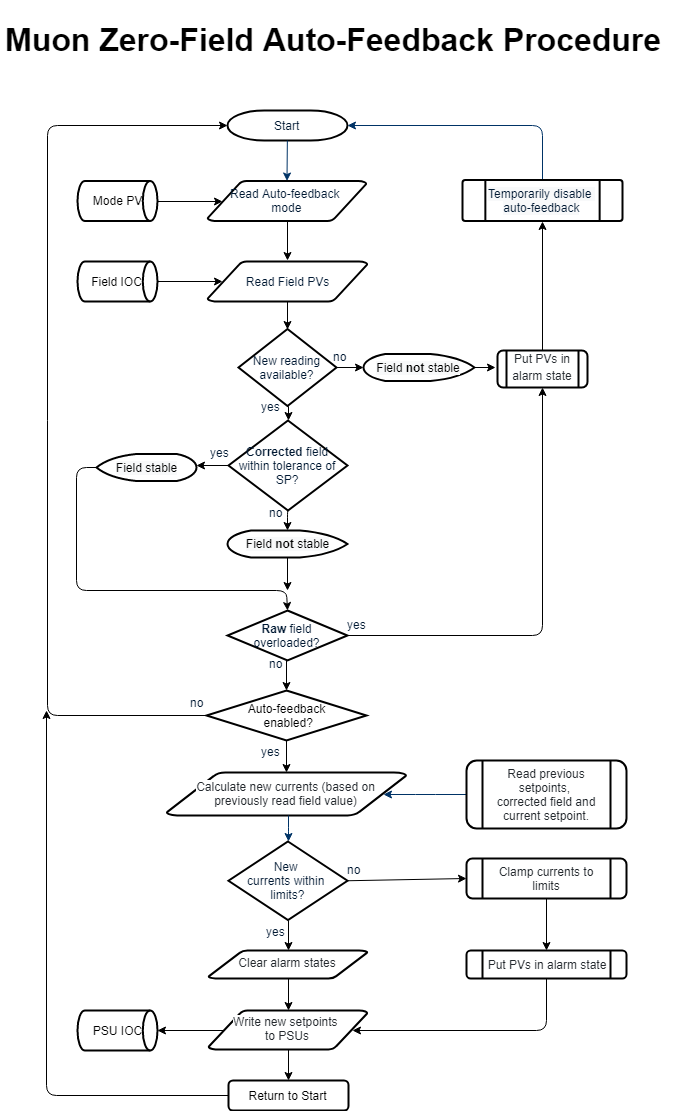
This is images/Muon_Zero-Field_Auto-Feedback_Procedure_Flowchart.png from ISISComputingGroup/ibex_developers_manual, a draw.io export, as it was before one commit. Source tidied: cells renumbered, new cells last; positions are measured from the earlier drawing's top-left corner, leaving out a move shared by most shapes.
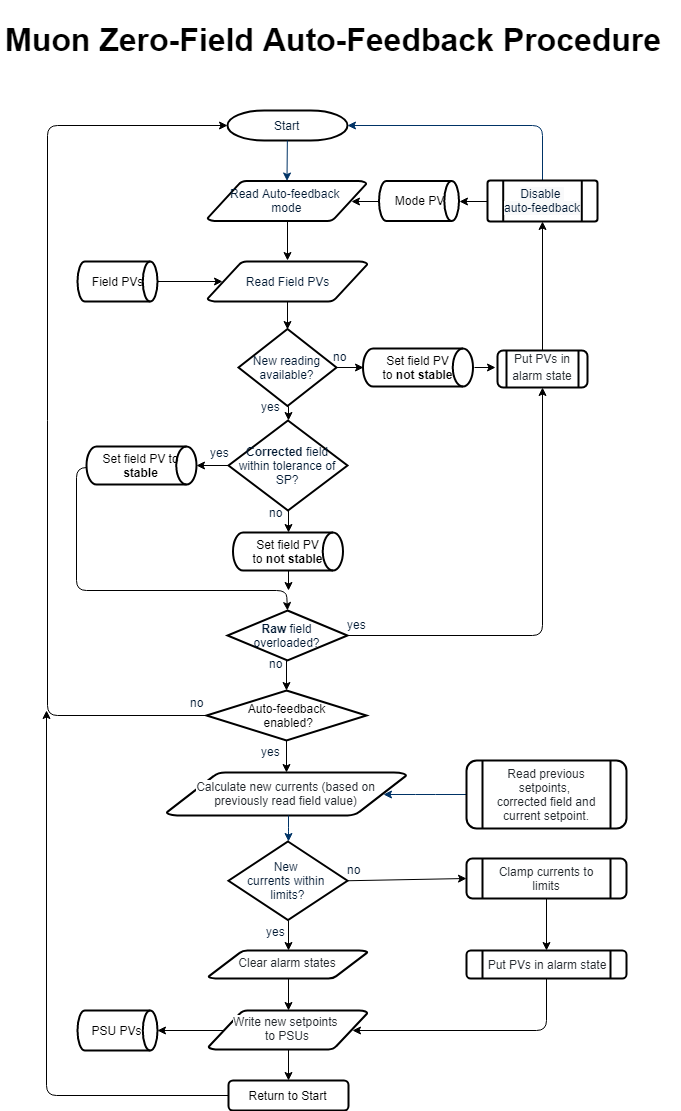
After the commit.

Diff of the diagram source:
```diff
@@ -66,8 +66,11 @@
     <mxCell id="21" value="&lt;span style=&quot;background-color: rgb(255 , 255 , 255) ; color: rgb(36 , 41 , 46) ; display: inline ; float: none ; font-family: &amp;#34;helvetica&amp;#34; ; font-size: 12px ; font-style: normal ; font-variant: normal ; font-weight: 400 ; letter-spacing: normal ; text-align: center ; text-decoration: none ; text-indent: 0px ; text-transform: none ; white-space: normal ; word-spacing: 0px&quot;&gt;&lt;font style=&quot;font-size: 12px&quot;&gt;Write new setpoints&amp;nbsp;&lt;br&gt;to PSUs&lt;b&gt;&lt;i&gt;&lt;u&gt;&lt;sub&gt;&lt;sup&gt;&lt;strike&gt;&lt;br&gt;&lt;/strike&gt;&lt;/sup&gt;&lt;/sub&gt;&lt;/u&gt;&lt;/i&gt;&lt;/b&gt;&lt;/font&gt;&lt;/span&gt;" style="shape=mxgraph.flowchart.data;fillColor=#FFFFFF;strokeColor=#000000;strokeWidth=2;gradientColor=none;gradientDirection=north;fontColor=#001933;fontStyle=0;html=1;whiteSpace=wrap;" parent="1" vertex="1">
       <mxGeometry x="208" y="1000" width="159" height="39" as="geometry" />
     </mxCell>
+    <mxCell id="64" style="edgeStyle=orthogonalEdgeStyle;rounded=0;jettySize=auto;html=1;exitX=0;exitY=0.5;exitDx=0;exitDy=0;exitPerimeter=0;entryX=1;entryY=0.5;entryDx=0;entryDy=0;entryPerimeter=0;" parent="1" edge="1" source="22" target="51">
+      <mxGeometry relative="1" as="geometry" />
+    </mxCell>
-    <mxCell id="22" value="&lt;span style=&quot;text-align: center ; color: rgb(36 , 41 , 46) ; text-transform: none ; text-indent: 0px ; letter-spacing: normal ; font-family: &amp;#34;helvetica&amp;#34; ; font-size: 12px ; font-variant: normal ; word-spacing: 0px ; display: inline ; white-space: normal ; float: none ; background-color: rgb(255 , 255 , 255)&quot;&gt;&lt;span style=&quot;display: inline ; float: none ; background-color: rgb(248 , 249 , 250) ; color: rgb(0 , 25 , 51) ; font-family: &amp;#34;helvetica&amp;#34; ; font-size: 12px ; font-style: normal ; font-variant: normal ; font-weight: normal ; letter-spacing: normal ; line-height: 1.2 ; overflow-wrap: normal ; text-align: center ; text-decoration: none ; text-indent: 0px ; text-transform: none ; white-space: nowrap ; word-spacing: 0px&quot;&gt;Temporarily disable&amp;nbsp;&lt;/span&gt;&lt;br style=&quot;color: rgb(0 , 25 , 51) ; font-family: &amp;#34;helvetica&amp;#34; ; font-size: 12px ; font-style: normal ; font-variant: normal ; font-weight: 400 ; letter-spacing: normal ; text-align: center ; text-decoration: none ; text-indent: 0px ; text-transform: none ; white-space: nowrap ; word-spacing: 0px&quot;&gt;&lt;span style=&quot;display: inline ; float: none ; background-color: rgb(248 , 249 , 250) ; color: rgb(0 , 25 , 51) ; font-family: &amp;#34;helvetica&amp;#34; ; font-size: 12px ; font-style: normal ; font-variant: normal ; font-weight: normal ; letter-spacing: normal ; line-height: 1.2 ; overflow-wrap: normal ; text-align: center ; text-decoration: none ; text-indent: 0px ; text-transform: none ; white-space: nowrap ; word-spacing: 0px&quot;&gt;auto-feedback&lt;br&gt;&lt;/span&gt;&lt;/span&gt;" style="shape=mxgraph.flowchart.predefined_process;fillColor=#FFFFFF;strokeColor=#000000;strokeWidth=2;gradientColor=none;gradientDirection=north;fontColor=#001933;fontStyle=0;html=1;" parent="1" vertex="1">
-      <mxGeometry x="462" y="169.5" width="160" height="41" as="geometry" />
+    <mxCell id="22" value="&lt;span style=&quot;text-align: center ; color: rgb(36 , 41 , 46) ; text-transform: none ; text-indent: 0px ; letter-spacing: normal ; font-family: &amp;#34;helvetica&amp;#34; ; font-size: 12px ; font-variant: normal ; word-spacing: 0px ; display: inline ; white-space: normal ; float: none ; background-color: rgb(255 , 255 , 255)&quot;&gt;&lt;span style=&quot;display: inline ; float: none ; background-color: rgb(248 , 249 , 250) ; color: rgb(0 , 25 , 51) ; font-family: &amp;#34;helvetica&amp;#34; ; font-size: 12px ; font-style: normal ; font-variant: normal ; font-weight: normal ; letter-spacing: normal ; line-height: 1.2 ; overflow-wrap: normal ; text-align: center ; text-decoration: none ; text-indent: 0px ; text-transform: none ; white-space: nowrap ; word-spacing: 0px&quot;&gt;Disable&amp;nbsp;&lt;/span&gt;&lt;br style=&quot;color: rgb(0 , 25 , 51) ; font-family: &amp;#34;helvetica&amp;#34; ; font-size: 12px ; font-style: normal ; font-variant: normal ; font-weight: 400 ; letter-spacing: normal ; text-align: center ; text-decoration: none ; text-indent: 0px ; text-transform: none ; white-space: nowrap ; word-spacing: 0px&quot;&gt;&lt;span style=&quot;display: inline ; float: none ; background-color: rgb(248 , 249 , 250) ; color: rgb(0 , 25 , 51) ; font-family: &amp;#34;helvetica&amp;#34; ; font-size: 12px ; font-style: normal ; font-variant: normal ; font-weight: normal ; letter-spacing: normal ; line-height: 1.2 ; overflow-wrap: normal ; text-align: center ; text-decoration: none ; text-indent: 0px ; text-transform: none ; white-space: nowrap ; word-spacing: 0px&quot;&gt;auto-feedback&lt;br&gt;&lt;/span&gt;&lt;/span&gt;" style="shape=mxgraph.flowchart.predefined_process;fillColor=#FFFFFF;strokeColor=#000000;strokeWidth=2;gradientColor=none;gradientDirection=north;fontColor=#001933;fontStyle=0;html=1;" parent="1" vertex="1">
+      <mxGeometry x="487" y="170" width="110" height="41" as="geometry" />
     </mxCell>
     <mxCell id="23" value="no" style="text;fontColor=#001933;fontStyle=0;html=1;strokeColor=none;gradientColor=none;fillColor=none;strokeWidth=2;" parent="1" vertex="1">
       <mxGeometry x="267" y="640" width="19" height="26" as="geometry" />
@@ -125,10 +128,8 @@
         <mxPoint x="196" y="455" as="targetPoint" />
       </mxGeometry>
     </mxCell>
-    <mxCell id="38" style="edgeStyle=orthogonalEdgeStyle;rounded=1;jettySize=auto;html=1;exitX=0.5;exitY=1;exitDx=0;exitDy=0;exitPerimeter=0;" parent="1" edge="1" source="39">
-      <mxGeometry relative="1" as="geometry">
-        <mxPoint x="287" y="520" as="targetPoint" />
-      </mxGeometry>
+    <mxCell id="38" style="edgeStyle=orthogonalEdgeStyle;rounded=1;jettySize=auto;html=1;exitX=0.5;exitY=1;exitDx=0;exitDy=0;exitPerimeter=0;entryX=0.5;entryY=0;entryDx=0;entryDy=0;entryPerimeter=0;" parent="1" edge="1" source="39" target="67">
+      <mxGeometry relative="1" as="geometry" />
     </mxCell>
     <mxCell id="39" value="&lt;b&gt;Corrected&lt;/b&gt; field within tolerance of SP?" style="shape=mxgraph.flowchart.decision;fillColor=#FFFFFF;strokeColor=#000000;strokeWidth=2;gradientColor=none;gradientDirection=north;fontColor=#001933;fontStyle=0;html=1;whiteSpace=wrap;" parent="1" vertex="1">
       <mxGeometry x="228" y="410" width="119" height="90" as="geometry" />
@@ -145,8 +146,9 @@
     <mxCell id="43" value="&lt;span style=&quot;text-align: center; color: rgb(36, 41, 46); text-transform: none; text-indent: 0px; letter-spacing: normal; font-style: normal; font-variant: normal; font-weight: 400; text-decoration: none; word-spacing: 0px; display: inline; white-space: normal; float: none; background-color: rgb(255, 255, 255);&quot;&gt;&lt;font style=&quot;font-size: 12px&quot;&gt;&lt;span style=&quot;text-align: center; color: rgb(36, 41, 46); text-transform: none; text-indent: 0px; letter-spacing: normal; font-style: normal; font-variant: normal; font-weight: 400; text-decoration: none; word-spacing: 0px; display: inline; white-space: normal; float: none; background-color: rgb(255, 255, 255);&quot;&gt;Clear alarm states&lt;/span&gt;&lt;b&gt;&lt;i&gt;&lt;u&gt;&lt;sub&gt;&lt;sup&gt;&lt;strike&gt;&lt;br&gt;&lt;/strike&gt;&lt;/sup&gt;&lt;/sub&gt;&lt;/u&gt;&lt;/i&gt;&lt;/b&gt;&lt;/font&gt;&lt;/span&gt;" style="shape=mxgraph.flowchart.data;fillColor=#FFFFFF;strokeColor=#000000;strokeWidth=2;gradientColor=none;gradientDirection=north;fontColor=#001933;fontStyle=0;html=1;whiteSpace=wrap;fontFamily=Helvetica;" parent="1" vertex="1">
       <mxGeometry x="208" y="940" width="159" height="28" as="geometry" />
     </mxCell>
-    <mxCell id="44" style="edgeStyle=orthogonalEdgeStyle;rounded=1;jettySize=auto;html=1;exitX=0;exitY=0.5;exitDx=0;exitDy=0;exitPerimeter=0;entryX=0.5;entryY=0;entryDx=0;entryDy=0;entryPerimeter=0;" parent="1" edge="1" source="45" target="7">
+    <mxCell id="44" style="edgeStyle=orthogonalEdgeStyle;rounded=1;jettySize=auto;html=1;exitX=0;exitY=0.5;exitDx=0;exitDy=0;exitPerimeter=0;entryX=0.5;entryY=0;entryDx=0;entryDy=0;entryPerimeter=0;" parent="1" edge="1" target="7">
       <mxGeometry relative="1" as="geometry">
+        <mxPoint x="96" y="457" as="sourcePoint" />
         <Array as="points">
           <mxPoint x="76" y="457" />
           <mxPoint x="76" y="580" />
@@ -154,9 +156,6 @@
         </Array>
       </mxGeometry>
     </mxCell>
-    <mxCell id="45" value="&lt;span style=&quot;display: inline ; float: none ; background-color: rgb(248 , 249 , 250) ; color: rgb(0 , 0 , 0) ; font-family: &amp;#34;helvetica&amp;#34; ; font-size: 12px ; font-style: normal ; font-variant: normal ; font-weight: normal ; letter-spacing: normal ; line-height: 1.2 ; overflow-wrap: normal ; text-align: center ; text-decoration: none ; text-indent: 0px ; text-transform: none ; white-space: normal ; word-spacing: 0px&quot;&gt;Field stable&lt;/span&gt;" style="strokeWidth=2;html=1;shape=mxgraph.flowchart.display;whiteSpace=wrap;rounded=1;fontFamily=Helvetica;" parent="1" vertex="1">
-      <mxGeometry x="96" y="443.5" width="100" height="27" as="geometry" />
-    </mxCell>
     <mxCell id="46" style="edgeStyle=orthogonalEdgeStyle;rounded=1;jettySize=auto;html=1;exitX=0.5;exitY=1;exitDx=0;exitDy=0;fontFamily=Helvetica;entryX=0.905;entryY=0.5;entryDx=0;entryDy=0;entryPerimeter=0;" parent="1" edge="1" source="47" target="21">
       <mxGeometry relative="1" as="geometry">
         <Array as="points">
@@ -170,23 +169,15 @@
     <mxCell id="48" style="edgeStyle=orthogonalEdgeStyle;rounded=1;jettySize=auto;html=1;exitX=1;exitY=0.5;exitDx=0;exitDy=0;exitPerimeter=0;entryX=0.095;entryY=0.5;entryDx=0;entryDy=0;entryPerimeter=0;fontFamily=Helvetica;" parent="1" edge="1" source="49" target="4">
       <mxGeometry relative="1" as="geometry" />
     </mxCell>
-    <mxCell id="49" value="Field IOC" style="strokeWidth=2;html=1;shape=mxgraph.flowchart.direct_data;whiteSpace=wrap;rounded=1;fontFamily=Helvetica;" parent="1" vertex="1">
+    <mxCell id="49" value="Field PVs" style="strokeWidth=2;html=1;shape=mxgraph.flowchart.direct_data;whiteSpace=wrap;rounded=1;fontFamily=Helvetica;" parent="1" vertex="1">
       <mxGeometry x="77" y="251" width="80" height="40" as="geometry" />
     </mxCell>
-    <mxCell id="50" style="edgeStyle=orthogonalEdgeStyle;rounded=1;jettySize=auto;html=1;exitX=1;exitY=0.5;exitDx=0;exitDy=0;exitPerimeter=0;entryX=0.095;entryY=0.5;entryDx=0;entryDy=0;entryPerimeter=0;fontFamily=Helvetica;" parent="1" edge="1" source="51" target="35">
+    <mxCell id="50" style="edgeStyle=orthogonalEdgeStyle;rounded=0;jettySize=auto;html=1;exitX=0;exitY=0.5;exitDx=0;exitDy=0;exitPerimeter=0;entryX=0.905;entryY=0.5;entryDx=0;entryDy=0;entryPerimeter=0;" parent="1" edge="1" source="51" target="35">
       <mxGeometry relative="1" as="geometry" />
     </mxCell>
     <mxCell id="51" value="Mode PV" style="strokeWidth=2;html=1;shape=mxgraph.flowchart.direct_data;whiteSpace=wrap;rounded=1;fontFamily=Helvetica;" parent="1" vertex="1">
-      <mxGeometry x="77" y="170.5" width="80" height="40" as="geometry" />
+      <mxGeometry x="378.5" y="170.5" width="80" height="40" as="geometry" />
     </mxCell>
-    <mxCell id="52" style="edgeStyle=orthogonalEdgeStyle;rounded=1;jettySize=auto;html=1;exitX=0.5;exitY=0;exitDx=0;exitDy=0;exitPerimeter=0;" parent="1" edge="1" source="53">
-      <mxGeometry relative="1" as="geometry">
-        <mxPoint x="287" y="580" as="targetPoint" />
-      </mxGeometry>
-    </mxCell>
-    <mxCell id="53" value="&lt;span style=&quot;display: inline ; float: none ; background-color: rgb(248 , 249 , 250) ; color: rgb(0 , 0 , 0) ; font-family: &amp;#34;helvetica&amp;#34; ; font-size: 12px ; font-style: normal ; font-variant: normal ; font-weight: normal ; letter-spacing: normal ; line-height: 1.2 ; overflow-wrap: normal ; text-align: center ; text-decoration: none ; text-indent: 0px ; text-transform: none ; white-space: normal ; word-spacing: 0px&quot;&gt;Field &lt;/span&gt;&lt;span style=&quot;display: inline ; float: none ; background-color: rgb(248 , 249 , 250) ; color: rgb(0 , 0 , 0) ; font-family: &amp;#34;helvetica&amp;#34; ; font-size: 12px ; font-style: normal ; font-variant: normal ; letter-spacing: normal ; line-height: 1.2 ; overflow-wrap: normal ; text-align: center ; text-decoration: none ; text-indent: 0px ; text-transform: none ; white-space: normal ; word-spacing: 0px&quot;&gt;&lt;b&gt;not &lt;/b&gt;&lt;/span&gt;&lt;span style=&quot;display: inline ; float: none ; background-color: rgb(248 , 249 , 250) ; color: rgb(0 , 0 , 0) ; font-family: &amp;#34;helvetica&amp;#34; ; font-size: 12px ; font-style: normal ; font-variant: normal ; font-weight: normal ; letter-spacing: normal ; line-height: 1.2 ; overflow-wrap: normal ; text-align: center ; text-decoration: none ; text-indent: 0px ; text-transform: none ; white-space: normal ; word-spacing: 0px&quot;&gt;stable&lt;/span&gt;" style="strokeWidth=2;html=1;shape=mxgraph.flowchart.display;whiteSpace=wrap;rounded=1;fontFamily=Helvetica;direction=west;" parent="1" vertex="1">
-      <mxGeometry x="227" y="520" width="120" height="27" as="geometry" />
-    </mxCell>
     <mxCell id="54" style="edgeStyle=orthogonalEdgeStyle;rounded=0;jettySize=auto;html=1;exitX=0.5;exitY=0;exitDx=0;exitDy=0;entryX=0.5;entryY=1;entryDx=0;entryDy=0;entryPerimeter=0;" parent="1" edge="1" source="55" target="22">
       <mxGeometry relative="1" as="geometry" />
     </mxCell>
@@ -196,8 +187,10 @@
     <mxCell id="56" style="edgeStyle=orthogonalEdgeStyle;rounded=0;jettySize=auto;html=1;exitX=0.5;exitY=1;exitDx=0;exitDy=0;exitPerimeter=0;entryX=0.5;entryY=0;entryDx=0;entryDy=0;entryPerimeter=0;" parent="1" edge="1" source="58" target="39">
       <mxGeometry relative="1" as="geometry" />
     </mxCell>
-    <mxCell id="57" style="edgeStyle=orthogonalEdgeStyle;rounded=1;jettySize=auto;html=1;exitX=1;exitY=0.5;exitDx=0;exitDy=0;exitPerimeter=0;entryX=1;entryY=0.5;entryDx=0;entryDy=0;entryPerimeter=0;" parent="1" edge="1" source="58" target="62">
-      <mxGeometry relative="1" as="geometry" />
+    <mxCell id="57" style="edgeStyle=orthogonalEdgeStyle;rounded=1;jettySize=auto;html=1;exitX=1;exitY=0.5;exitDx=0;exitDy=0;exitPerimeter=0;entryX=1;entryY=0.5;entryDx=0;entryDy=0;entryPerimeter=0;" parent="1" edge="1" source="58">
+      <mxGeometry relative="1" as="geometry">
+        <mxPoint x="363" y="357" as="targetPoint" />
+      </mxGeometry>
     </mxCell>
     <mxCell id="58" value="New reading available?" style="shape=mxgraph.flowchart.decision;fillColor=#FFFFFF;strokeColor=#000000;strokeWidth=2;gradientColor=none;gradientDirection=north;fontColor=#001933;fontStyle=0;html=1;whiteSpace=wrap;" parent="1" vertex="1">
       <mxGeometry x="238" y="318.5" width="98" height="77" as="geometry" />
@@ -208,14 +201,27 @@
     <mxCell id="60" value="yes" style="text;fontColor=#001933;fontStyle=0;html=1;strokeColor=none;gradientColor=none;fillColor=none;strokeWidth=2;" parent="1" vertex="1">
       <mxGeometry x="259" y="382.5" width="20" height="26" as="geometry" />
     </mxCell>
-    <mxCell id="61" style="edgeStyle=orthogonalEdgeStyle;rounded=1;jettySize=auto;html=1;exitX=0;exitY=0.5;exitDx=0;exitDy=0;exitPerimeter=0;entryX=-0.022;entryY=0.468;entryDx=0;entryDy=0;entryPerimeter=0;" parent="1" edge="1" source="62" target="55">
-      <mxGeometry relative="1" as="geometry" />
+    <mxCell id="61" style="edgeStyle=orthogonalEdgeStyle;rounded=1;jettySize=auto;html=1;exitX=0;exitY=0.5;exitDx=0;exitDy=0;exitPerimeter=0;entryX=-0.022;entryY=0.468;entryDx=0;entryDy=0;entryPerimeter=0;" parent="1" edge="1" target="55">
+      <mxGeometry relative="1" as="geometry">
+        <mxPoint x="474" y="357" as="sourcePoint" />
+      </mxGeometry>
     </mxCell>
-    <mxCell id="62" value="&lt;span style=&quot;white-space: normal ; background-color: rgb(248 , 249 , 250) ; font-family: &amp;#34;helvetica&amp;#34; ; line-height: 1.2 ; overflow-wrap: normal&quot;&gt;Field&amp;nbsp;&lt;/span&gt;&lt;span style=&quot;white-space: normal ; background-color: rgb(248 , 249 , 250) ; font-family: &amp;#34;helvetica&amp;#34; ; line-height: 1.2 ; overflow-wrap: normal&quot;&gt;&lt;b&gt;not&amp;nbsp;&lt;/b&gt;&lt;/span&gt;&lt;span style=&quot;white-space: normal ; background-color: rgb(248 , 249 , 250) ; font-family: &amp;#34;helvetica&amp;#34; ; line-height: 1.2 ; overflow-wrap: normal&quot;&gt;stable&lt;/span&gt;" style="strokeWidth=2;html=1;shape=mxgraph.flowchart.display;whiteSpace=wrap;rounded=1;fontFamily=Helvetica;rotation=0;noLabel=0;direction=west;" parent="1" vertex="1">
-      <mxGeometry x="363" y="343.5" width="111" height="27" as="geometry" />
-    </mxCell>
-    <mxCell id="63" value="PSU IOC" style="strokeWidth=2;html=1;shape=mxgraph.flowchart.direct_data;whiteSpace=wrap;rounded=1;fontFamily=Helvetica;" parent="1" vertex="1">
+    <mxCell id="63" value="PSU PVs" style="strokeWidth=2;html=1;shape=mxgraph.flowchart.direct_data;whiteSpace=wrap;rounded=1;fontFamily=Helvetica;" parent="1" vertex="1">
       <mxGeometry x="77" y="1000" width="80" height="40" as="geometry" />
     </mxCell>
+    <mxCell id="65" value="&lt;span style=&quot;font-family: &amp;#34;helvetica&amp;#34; ; line-height: 1.2 ; overflow-wrap: normal&quot;&gt;Set field PV to&amp;nbsp;&lt;/span&gt;&lt;b&gt;&lt;span style=&quot;font-family: &amp;#34;helvetica&amp;#34; ; line-height: 1.2 ; overflow-wrap: normal&quot;&gt;not&amp;nbsp;&lt;/span&gt;&lt;span style=&quot;font-family: &amp;#34;helvetica&amp;#34; ; line-height: 1.2 ; overflow-wrap: normal&quot;&gt;stable&lt;/span&gt;&lt;/b&gt;" style="strokeWidth=2;html=1;shape=mxgraph.flowchart.direct_data;rounded=1;fontFamily=Helvetica;whiteSpace=wrap;" parent="1" vertex="1">
+      <mxGeometry x="362.5" y="338" width="110" height="38" as="geometry" />
+    </mxCell>
+    <mxCell id="66" style="edgeStyle=orthogonalEdgeStyle;rounded=0;jettySize=auto;html=1;exitX=0.5;exitY=1;exitDx=0;exitDy=0;exitPerimeter=0;" parent="1" edge="1" source="67">
+      <mxGeometry relative="1" as="geometry">
+        <mxPoint x="287.7" y="580" as="targetPoint" />
+      </mxGeometry>
+    </mxCell>
+    <mxCell id="67" value="&lt;span style=&quot;font-family: &amp;#34;helvetica&amp;#34; ; line-height: 1.2 ; overflow-wrap: normal&quot;&gt;Set field PV to&amp;nbsp;&lt;/span&gt;&lt;b&gt;&lt;span style=&quot;font-family: &amp;#34;helvetica&amp;#34; ; line-height: 1.2 ; overflow-wrap: normal&quot;&gt;not&amp;nbsp;&lt;/span&gt;&lt;span style=&quot;font-family: &amp;#34;helvetica&amp;#34; ; line-height: 1.2 ; overflow-wrap: normal&quot;&gt;stable&lt;/span&gt;&lt;/b&gt;" style="strokeWidth=2;html=1;shape=mxgraph.flowchart.direct_data;rounded=1;fontFamily=Helvetica;whiteSpace=wrap;" parent="1" vertex="1">
+      <mxGeometry x="232.5" y="522" width="110" height="38" as="geometry" />
+    </mxCell>
+    <mxCell id="68" value="&lt;span style=&quot;font-family: &amp;#34;helvetica&amp;#34; ; line-height: 1.2 ; overflow-wrap: normal&quot;&gt;Set field PV to &lt;b&gt;s&lt;/b&gt;&lt;/span&gt;&lt;span style=&quot;font-family: &amp;#34;helvetica&amp;#34; ; line-height: 1.2 ; overflow-wrap: normal&quot;&gt;&lt;b&gt;table&lt;/b&gt;&lt;/span&gt;" style="strokeWidth=2;html=1;shape=mxgraph.flowchart.direct_data;rounded=1;fontFamily=Helvetica;whiteSpace=wrap;" parent="1" vertex="1">
+      <mxGeometry x="86" y="436" width="110" height="38" as="geometry" />
+    </mxCell>
   </root>
 </mxGraphModel>
```
